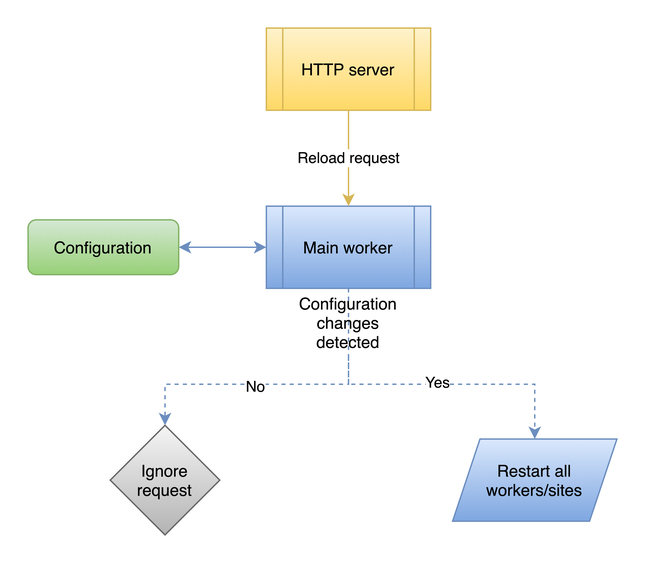
This is docs/img/reload-process-flow.png from mazay/s3sync-service, a draw.io export, as it was before one commit. Source tidied: cells renumbered, new cells last; positions are measured from the earlier drawing's top-left corner, leaving out a move shared by most shapes. The source it was exported from:
```xml
<mxGraphModel>
  <root>
    <mxCell id="0" />
    <mxCell id="1" parent="0" />
    <mxCell id="2" style="edgeStyle=orthogonalEdgeStyle;rounded=0;jettySize=auto;html=1;startArrow=classic;startFill=1;gradientColor=#7ea6e0;fillColor=#dae8fc;strokeColor=#6c8ebf;" parent="1" edge="1" source="7" target="10">
      <mxGeometry relative="1" as="geometry" />
    </mxCell>
    <mxCell id="3" style="edgeStyle=orthogonalEdgeStyle;rounded=0;jettySize=auto;html=1;startArrow=none;startFill=0;entryX=0.5;entryY=0;entryDx=0;entryDy=0;exitX=0.5;exitY=1;exitDx=0;exitDy=0;gradientColor=#7ea6e0;fillColor=#dae8fc;strokeColor=#6c8ebf;dashed=1;" parent="1" edge="1" source="7" target="12">
      <mxGeometry relative="1" as="geometry">
        <Array as="points">
          <mxPoint x="234" y="260" />
          <mxPoint x="370" y="260" />
        </Array>
      </mxGeometry>
    </mxCell>
    <mxCell id="4" value="Yes" style="edgeLabel;html=1;align=center;verticalAlign=middle;" parent="3" vertex="1">
      <mxGeometry x="0.09" y="2" relative="1" as="geometry" />
    </mxCell>
    <mxCell id="5" style="edgeStyle=orthogonalEdgeStyle;rounded=0;jettySize=auto;html=1;exitX=0.5;exitY=1;exitDx=0;exitDy=0;startArrow=none;startFill=0;gradientColor=#7ea6e0;fillColor=#dae8fc;strokeColor=#6c8ebf;dashed=1;" parent="1" edge="1" source="13" target="11">
      <mxGeometry relative="1" as="geometry">
        <Array as="points">
          <mxPoint x="100" y="260" />
        </Array>
      </mxGeometry>
    </mxCell>
    <mxCell id="6" value="No" style="edgeLabel;html=1;align=center;verticalAlign=middle;" parent="5" vertex="1">
      <mxGeometry x="0.08" y="1" relative="1" as="geometry">
        <mxPoint x="11" as="offset" />
      </mxGeometry>
    </mxCell>
    <mxCell id="7" value="Main worker" style="shape=process;whiteSpace=wrap;html=1;backgroundOutline=1;gradientColor=#7ea6e0;fillColor=#dae8fc;strokeColor=#6c8ebf;" parent="1" vertex="1">
      <mxGeometry x="174" y="130" width="120" height="60" as="geometry" />
    </mxCell>
    <mxCell id="8" value="Reload request" style="edgeStyle=orthogonalEdgeStyle;rounded=0;jettySize=auto;html=1;gradientColor=#ffd966;fillColor=#fff2cc;strokeColor=#d6b656;" parent="1" edge="1" source="9" target="7">
      <mxGeometry relative="1" as="geometry" />
    </mxCell>
    <mxCell id="9" value="HTTP server" style="shape=process;whiteSpace=wrap;html=1;backgroundOutline=1;gradientColor=#ffd966;fillColor=#fff2cc;strokeColor=#d6b656;" parent="1" vertex="1">
      <mxGeometry x="174" width="120" height="60" as="geometry" />
    </mxCell>
    <mxCell id="10" value="Configuration" style="rounded=1;whiteSpace=wrap;html=1;gradientColor=#97d077;fillColor=#d5e8d4;strokeColor=#82b366;" parent="1" vertex="1">
      <mxGeometry y="140" width="110" height="40" as="geometry" />
    </mxCell>
    <mxCell id="11" value="Ignore&lt;br&gt;request" style="rhombus;whiteSpace=wrap;html=1;gradientColor=#b3b3b3;fillColor=#f5f5f5;strokeColor=#666666;" parent="1" vertex="1">
      <mxGeometry x="60" y="290" width="80" height="80" as="geometry" />
    </mxCell>
    <mxCell id="12" value="Restart all&lt;br&gt;workers/sites" style="shape=parallelogram;perimeter=parallelogramPerimeter;whiteSpace=wrap;html=1;fixedSize=1;gradientColor=#7ea6e0;fillColor=#dae8fc;strokeColor=#6c8ebf;" parent="1" vertex="1">
      <mxGeometry x="310" y="300" width="120" height="60" as="geometry" />
    </mxCell>
    <mxCell id="13" value="Configuration changes detected" style="text;html=1;strokeColor=none;fillColor=none;align=center;verticalAlign=middle;whiteSpace=wrap;rounded=0;" parent="1" vertex="1">
      <mxGeometry x="186" y="190" width="96" height="50" as="geometry" />
    </mxCell>
  </root>
</mxGraphModel>
```
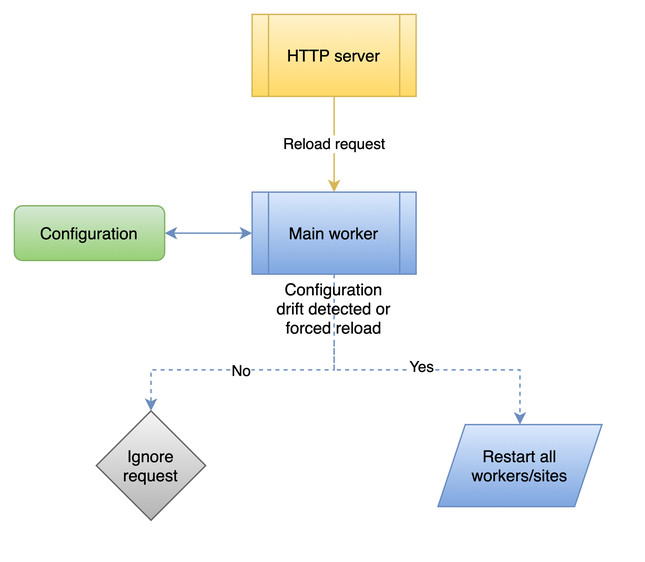
Above is the later version.

Commit message:
introduce forced reload feature

Diff of the diagram source:
```diff
@@ -46,7 +46,7 @@
     <mxCell id="12" value="Restart all&lt;br&gt;workers/sites" style="shape=parallelogram;perimeter=parallelogramPerimeter;whiteSpace=wrap;html=1;fixedSize=1;gradientColor=#7ea6e0;fillColor=#dae8fc;strokeColor=#6c8ebf;" parent="1" vertex="1">
       <mxGeometry x="310" y="300" width="120" height="60" as="geometry" />
     </mxCell>
-    <mxCell id="13" value="Configuration changes detected" style="text;html=1;strokeColor=none;fillColor=none;align=center;verticalAlign=middle;whiteSpace=wrap;rounded=0;" parent="1" vertex="1">
+    <mxCell id="13" value="Configuration drift detected or forced reload" style="text;html=1;strokeColor=none;fillColor=none;align=center;verticalAlign=middle;whiteSpace=wrap;rounded=0;" parent="1" vertex="1">
       <mxGeometry x="186" y="190" width="96" height="50" as="geometry" />
     </mxCell>
   </root>
```
